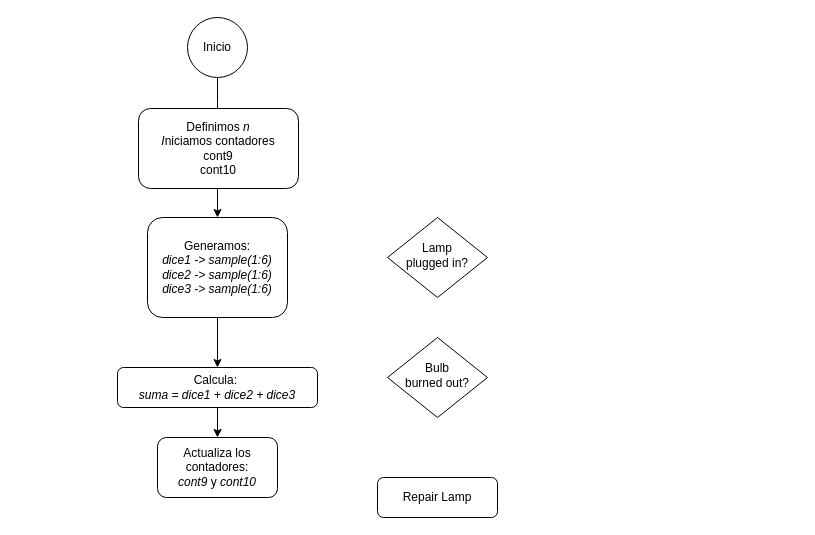
The draw.io diagram Diagrama sin título.drawio in BGARCIAMA/PruebaR, before the edit. Source tidied: cells renumbered, new cells numbered last; positions are measured from the earlier drawing's top-left corner, leaving out a move shared by most shapes. Both pictures are drawn from the tidied source at 100%, with x=0, y=0 at pixel (117, 17).
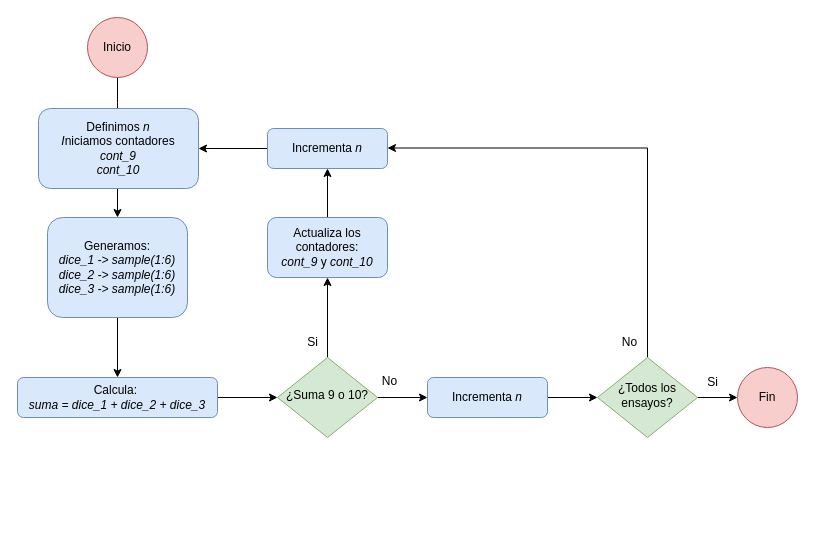
Above is the later version.

Commit message:
Dados_Galileo

What changed in the source:
```diff
@@
+    <mxCell id="14" style="edgeStyle=orthogonalEdgeStyle;rounded=0;jettySize=auto;html=1;" parent="1" edge="1" source="2" target="27">
+      <mxGeometry relative="1" as="geometry" />
+    </mxCell>
+    <mxCell id="15" style="edgeStyle=orthogonalEdgeStyle;rounded=0;jettySize=auto;html=1;entryX=1;entryY=0.75;entryDx=0;entryDy=0;exitX=0.5;exitY=0;exitDx=0;exitDy=0;" parent="1" edge="1" source="2">
+      <mxGeometry relative="1" as="geometry">
+        <mxPoint x="270" y="130.5" as="targetPoint" />
+        <Array as="points">
+          <mxPoint x="530" y="131" />
+        </Array>
+      </mxGeometry>
+    </mxCell>
-    <mxCell id="2" value="Lamp&lt;br&gt;plugged in?" style="rhombus;whiteSpace=wrap;html=1;shadow=0;fontFamily=Helvetica;fontSize=12;align=center;strokeWidth=1;spacing=6;spacingTop=-4;" parent="1" vertex="1">
-      <mxGeometry x="270" y="200" width="100" height="80" as="geometry" />
+    <mxCell id="2" value="¿Todos los ensayos?" style="rhombus;whiteSpace=wrap;html=1;shadow=0;fontFamily=Helvetica;fontSize=12;align=center;strokeWidth=1;spacing=6;spacingTop=-4;fillColor=#d5e8d4;strokeColor=#82b366;" parent="1" vertex="1">
+      <mxGeometry x="480" y="340" width="100" height="80" as="geometry" />
     </mxCell>
+    <mxCell id="16" style="edgeStyle=orthogonalEdgeStyle;rounded=0;jettySize=auto;html=1;" parent="1" edge="1" source="3" target="20">
+      <mxGeometry relative="1" as="geometry" />
+    </mxCell>
+    <mxCell id="17" style="edgeStyle=orthogonalEdgeStyle;rounded=0;jettySize=auto;html=1;" parent="1" edge="1" source="3" target="26">
+      <mxGeometry relative="1" as="geometry" />
+    </mxCell>
-    <mxCell id="3" value="Bulb&lt;br&gt;burned out?" style="rhombus;whiteSpace=wrap;html=1;shadow=0;fontFamily=Helvetica;fontSize=12;align=center;strokeWidth=1;spacing=6;spacingTop=-4;" parent="1" vertex="1">
-      <mxGeometry x="270" y="320" width="100" height="80" as="geometry" />
+    <mxCell id="3" value="¿Suma 9 o 10?" style="rhombus;whiteSpace=wrap;html=1;shadow=0;fontFamily=Helvetica;fontSize=12;align=center;strokeWidth=1;spacing=6;spacingTop=-4;fillColor=#d5e8d4;strokeColor=#82b366;" parent="1" vertex="1">
+      <mxGeometry x="160" y="340" width="100" height="80" as="geometry" />
     </mxCell>
-    <mxCell id="4" value="Repair Lamp" style="rounded=1;whiteSpace=wrap;html=1;fontSize=12;glass=0;strokeWidth=1;shadow=0;" parent="1" vertex="1">
-      <mxGeometry x="260" y="460" width="120" height="40" as="geometry" />
-    </mxCell>
     <mxCell id="5" style="edgeStyle=orthogonalEdgeStyle;rounded=0;jettySize=auto;html=1;exitX=0.5;exitY=1;exitDx=0;exitDy=0;" parent="1" edge="1" source="6">
       <mxGeometry relative="1" as="geometry">
-        <mxPoint x="100" y="110" as="targetPoint" />
+        <mxPoint y="110" as="targetPoint" />
       </mxGeometry>
     </mxCell>
-    <mxCell id="6" value="Inicio" style="ellipse;whiteSpace=wrap;html=1;" parent="1" vertex="1">
-      <mxGeometry x="70" width="60" height="60" as="geometry" />
+    <mxCell id="6" value="Inicio" style="ellipse;whiteSpace=wrap;html=1;fillColor=#f8cecc;strokeColor=#b85450;" parent="1" vertex="1">
+      <mxGeometry x="-30" width="60" height="60" as="geometry" />
     </mxCell>
     <mxCell id="7" style="edgeStyle=orthogonalEdgeStyle;rounded=0;jettySize=auto;html=1;exitX=0.5;exitY=1;exitDx=0;exitDy=0;" parent="1" edge="1" source="8">
       <mxGeometry relative="1" as="geometry">
-        <mxPoint x="100" y="200" as="targetPoint" />
+        <mxPoint y="200" as="targetPoint" />
       </mxGeometry>
     </mxCell>
-    <mxCell id="8" value="Definimos &lt;i&gt;n&lt;/i&gt;&lt;div&gt;&lt;i&gt;I&lt;/i&gt;niciamos contadores&lt;/div&gt;&lt;div&gt;cont9&lt;/div&gt;&lt;div&gt;cont10&lt;/div&gt;" style="rounded=1;whiteSpace=wrap;html=1;fontSize=12;glass=0;strokeWidth=1;shadow=0;" parent="1" vertex="1">
-      <mxGeometry x="21" y="91" width="160" height="80" as="geometry" />
+    <mxCell id="8" value="Definimos &lt;i&gt;n&lt;/i&gt;&lt;div&gt;&lt;i&gt;I&lt;/i&gt;niciamos contadores&lt;/div&gt;&lt;div&gt;&lt;i&gt;cont_9&lt;/i&gt;&lt;/div&gt;&lt;div&gt;&lt;i&gt;cont_10&lt;/i&gt;&lt;/div&gt;" style="rounded=1;whiteSpace=wrap;html=1;fontSize=12;glass=0;strokeWidth=1;shadow=0;fillColor=#dae8fc;strokeColor=#6c8ebf;" parent="1" vertex="1">
+      <mxGeometry x="-79" y="91" width="160" height="80" as="geometry" />
     </mxCell>
@@
-    <mxCell id="10" value="Generamos:&lt;div&gt;&lt;span style=&quot;background-color: initial;&quot;&gt;&lt;i&gt;dice1 -&amp;gt; sample(1:6)&lt;/i&gt;&lt;/span&gt;&lt;/div&gt;&lt;div&gt;&lt;i&gt;dice2 -&amp;gt; sample(1:6)&lt;span style=&quot;background-color: initial;&quot;&gt;&lt;br&gt;&lt;/span&gt;&lt;/i&gt;&lt;/div&gt;&lt;div&gt;&lt;i&gt;dice3 -&amp;gt; sample(1:6)&lt;/i&gt;&lt;br&gt;&lt;/div&gt;" style="rounded=1;whiteSpace=wrap;html=1;fontSize=12;glass=0;strokeWidth=1;shadow=0;" parent="1" vertex="1">
-      <mxGeometry x="30" y="200" width="140" height="100" as="geometry" />
+    <mxCell id="10" value="Generamos:&lt;div&gt;&lt;span style=&quot;background-color: initial;&quot;&gt;&lt;i&gt;dice_1 -&amp;gt; sample(1:6)&lt;/i&gt;&lt;/span&gt;&lt;/div&gt;&lt;div&gt;&lt;i&gt;dice_2 -&amp;gt; sample(1:6)&lt;span style=&quot;background-color: initial;&quot;&gt;&lt;br&gt;&lt;/span&gt;&lt;/i&gt;&lt;/div&gt;&lt;div&gt;&lt;i&gt;dice_3 -&amp;gt; sample(1:6)&lt;/i&gt;&lt;br&gt;&lt;/div&gt;" style="rounded=1;whiteSpace=wrap;html=1;fontSize=12;glass=0;strokeWidth=1;shadow=0;fillColor=#dae8fc;strokeColor=#6c8ebf;" parent="1" vertex="1">
+      <mxGeometry x="-70" y="200" width="140" height="100" as="geometry" />
     </mxCell>
-    <mxCell id="11" style="edgeStyle=orthogonalEdgeStyle;rounded=0;jettySize=auto;html=1;" parent="1" edge="1" source="12" target="13">
-      <mxGeometry relative="1" as="geometry" />
-    </mxCell>
+    <mxCell id="18" style="edgeStyle=orthogonalEdgeStyle;rounded=0;jettySize=auto;html=1;" parent="1" edge="1" source="12" target="3">
+      <mxGeometry relative="1" as="geometry" />
+    </mxCell>
-    <mxCell id="12" value="Calcula:&amp;nbsp;&lt;div&gt;&lt;i&gt;suma = dice1 + dice2 + dice3&lt;/i&gt;&lt;/div&gt;" style="rounded=1;whiteSpace=wrap;html=1;fontSize=12;glass=0;strokeWidth=1;shadow=0;" parent="1" vertex="1">
-      <mxGeometry y="350" width="200" height="40" as="geometry" />
+    <mxCell id="12" value="Calcula:&amp;nbsp;&lt;div&gt;&lt;i&gt;suma = dice_1 + dice_2 + dice_3&lt;/i&gt;&lt;/div&gt;" style="rounded=1;whiteSpace=wrap;html=1;fontSize=12;glass=0;strokeWidth=1;shadow=0;fillColor=#dae8fc;strokeColor=#6c8ebf;" parent="1" vertex="1">
+      <mxGeometry x="-100" y="360" width="200" height="40" as="geometry" />
     </mxCell>
-    <mxCell id="13" value="Actualiza los contadores:&lt;div&gt;&lt;i&gt;cont9&lt;/i&gt; y &lt;i&gt;cont10&lt;/i&gt;&lt;/div&gt;" style="rounded=1;whiteSpace=wrap;html=1;fontSize=12;glass=0;strokeWidth=1;shadow=0;" parent="1" vertex="1">
-      <mxGeometry x="40" y="420" width="120" height="60" as="geometry" />
-    </mxCell>
+    <mxCell id="19" style="edgeStyle=orthogonalEdgeStyle;rounded=0;jettySize=auto;html=1;" parent="1" edge="1" source="20" target="23">
+      <mxGeometry relative="1" as="geometry" />
+    </mxCell>
+    <mxCell id="20" value="Actualiza los contadores:&lt;div&gt;&lt;i&gt;cont_9&lt;/i&gt; y &lt;i&gt;cont_10&lt;/i&gt;&lt;/div&gt;" style="rounded=1;whiteSpace=wrap;html=1;fontSize=12;glass=0;strokeWidth=1;shadow=0;fillColor=#dae8fc;strokeColor=#6c8ebf;" parent="1" vertex="1">
+      <mxGeometry x="150" y="200" width="120" height="60" as="geometry" />
+    </mxCell>
+    <mxCell id="21" value="Si" style="text;html=1;align=center;verticalAlign=middle;strokeColor=none;fillColor=none;" parent="1" vertex="1">
+      <mxGeometry x="180" y="310" width="30" height="30" as="geometry" />
+    </mxCell>
+    <mxCell id="22" style="edgeStyle=orthogonalEdgeStyle;rounded=0;jettySize=auto;html=1;" parent="1" edge="1" source="23" target="8">
+      <mxGeometry relative="1" as="geometry" />
+    </mxCell>
+    <mxCell id="23" value="Incrementa &lt;i&gt;n&lt;/i&gt;" style="rounded=1;whiteSpace=wrap;html=1;fontSize=12;glass=0;strokeWidth=1;shadow=0;fillColor=#dae8fc;strokeColor=#6c8ebf;" parent="1" vertex="1">
+      <mxGeometry x="150" y="111" width="120" height="40" as="geometry" />
+    </mxCell>
+    <mxCell id="24" value="No" style="text;html=1;align=center;verticalAlign=middle;strokeColor=none;fillColor=none;" parent="1" vertex="1">
+      <mxGeometry x="252" y="349" width="40" height="30" as="geometry" />
+    </mxCell>
+    <mxCell id="25" style="edgeStyle=orthogonalEdgeStyle;rounded=0;jettySize=auto;html=1;" parent="1" edge="1" source="26" target="2">
+      <mxGeometry relative="1" as="geometry" />
+    </mxCell>
+    <mxCell id="26" value="Incrementa &lt;i&gt;n&lt;/i&gt;" style="rounded=1;whiteSpace=wrap;html=1;fontSize=12;glass=0;strokeWidth=1;shadow=0;fillColor=#dae8fc;strokeColor=#6c8ebf;" parent="1" vertex="1">
+      <mxGeometry x="310" y="360" width="120" height="40" as="geometry" />
+    </mxCell>
+    <mxCell id="27" value="Fin" style="ellipse;whiteSpace=wrap;html=1;fillColor=#f8cecc;strokeColor=#b85450;" parent="1" vertex="1">
+      <mxGeometry x="620" y="350" width="60" height="60" as="geometry" />
+    </mxCell>
+    <mxCell id="28" value="Si" style="text;html=1;align=center;verticalAlign=middle;strokeColor=none;fillColor=none;" parent="1" vertex="1">
+      <mxGeometry x="580" y="350" width="30" height="30" as="geometry" />
+    </mxCell>
+    <mxCell id="29" value="No" style="text;html=1;align=center;verticalAlign=middle;strokeColor=none;fillColor=none;" parent="1" vertex="1">
+      <mxGeometry x="492" y="310" width="40" height="30" as="geometry" />
+    </mxCell>
```
